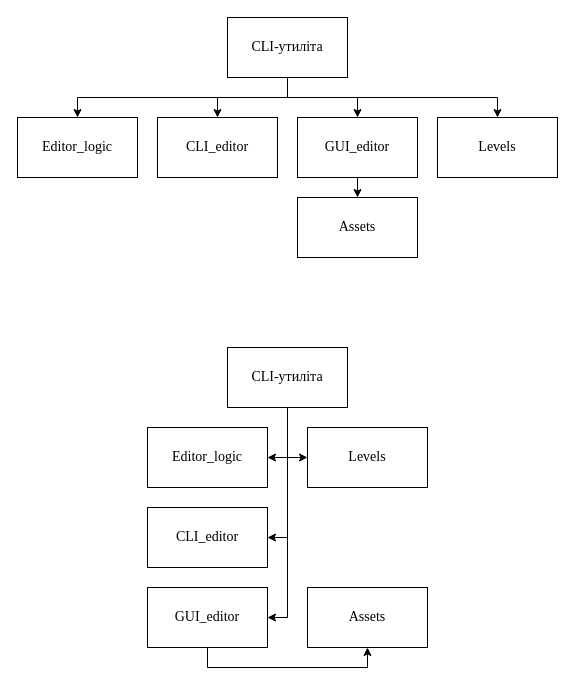
Vnako/dyplom keeps this draw.io diagram as page "Сторінка-1" (1 of 3) of pz/структрна схема.drawio. Above is the earlier version. Source tidied: cells renumbered, new cells numbered last; positions are measured from the earlier drawing's top-left corner, leaving out a move shared by most shapes. Both pictures are drawn from the tidied source at 100%, with x=0, y=0 at pixel (17, 17).
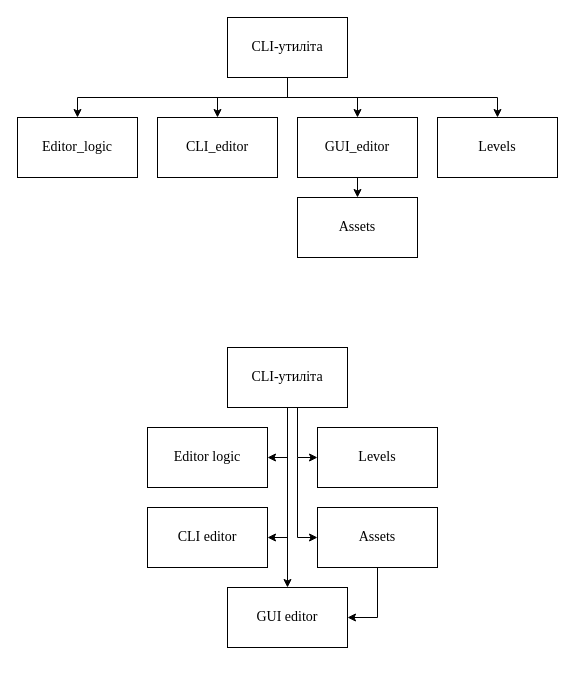
After the change.

Unchanged cells that the change refers to:
```xml
<mxCell id="18" value="CLI-утиліта" style="rounded=0;whiteSpace=wrap;html=1;fontFamily=Times New Roman;fontSize=14;" parent="1" vertex="1">
  <mxGeometry x="210" y="330" width="120" height="60" as="geometry" />
</mxCell>
```

Diff of the diagram source:
```diff
@@
-    <mxCell id="14" style="edgeStyle=orthogonalEdgeStyle;rounded=0;jettySize=auto;html=1;entryX=1;entryY=0.5;entryDx=0;entryDy=0;" parent="1" edge="1" source="18" target="22">
+    <mxCell id="14" style="edgeStyle=orthogonalEdgeStyle;rounded=0;jettySize=auto;html=1;entryX=0.5;entryY=0;entryDx=0;entryDy=0;" parent="1" edge="1" source="18" target="22">
       <mxGeometry relative="1" as="geometry">
         <Array as="points">
-          <mxPoint x="270" y="600" />
+          <mxPoint x="270" y="570" />
         </Array>
       </mxGeometry>
     </mxCell>
-    <mxCell id="15" style="edgeStyle=orthogonalEdgeStyle;rounded=0;jettySize=auto;html=1;exitX=0.5;exitY=1;exitDx=0;exitDy=0;entryX=0.5;entryY=1;entryDx=0;entryDy=0;" parent="1" edge="1" source="22" target="21">
-      <mxGeometry relative="1" as="geometry">
-        <Array as="points">
-          <mxPoint x="190" y="650" />
-          <mxPoint x="350" y="650" />
-        </Array>
-      </mxGeometry>
-    </mxCell>
@@
     <mxCell id="17" style="edgeStyle=orthogonalEdgeStyle;rounded=0;jettySize=auto;html=1;entryX=0;entryY=0.5;entryDx=0;entryDy=0;" parent="1" edge="1" source="18" target="23">
       <mxGeometry relative="1" as="geometry">
         <Array as="points">
-          <mxPoint x="270" y="440" />
+          <mxPoint x="280" y="440" />
         </Array>
       </mxGeometry>
     </mxCell>
@@
-    <mxCell id="19" value="Editor_logic" style="rounded=0;whiteSpace=wrap;html=1;fontFamily=Times New Roman;fontSize=14;" parent="1" vertex="1">
+    <mxCell id="19" value="Editor logic" style="rounded=0;whiteSpace=wrap;html=1;fontFamily=Times New Roman;fontSize=14;" parent="1" vertex="1">
       <mxGeometry x="130" y="410" width="120" height="60" as="geometry" />
     </mxCell>
-    <mxCell id="20" value="CLI_editor" style="rounded=0;whiteSpace=wrap;html=1;fontFamily=Times New Roman;fontSize=14;" parent="1" vertex="1">
+    <mxCell id="20" value="CLI editor" style="rounded=0;whiteSpace=wrap;html=1;fontFamily=Times New Roman;fontSize=14;" parent="1" vertex="1">
       <mxGeometry x="130" y="490" width="120" height="60" as="geometry" />
     </mxCell>
     <mxCell id="21" value="Assets" style="rounded=0;whiteSpace=wrap;html=1;fontFamily=Times New Roman;fontSize=14;" parent="1" vertex="1">
-      <mxGeometry x="290" y="570" width="120" height="60" as="geometry" />
+      <mxGeometry x="300" y="490" width="120" height="60" as="geometry" />
     </mxCell>
-    <mxCell id="22" value="GUI_editor" style="rounded=0;whiteSpace=wrap;html=1;fontFamily=Times New Roman;fontSize=14;" parent="1" vertex="1">
-      <mxGeometry x="130" y="570" width="120" height="60" as="geometry" />
+    <mxCell id="22" value="GUI editor" style="rounded=0;whiteSpace=wrap;html=1;fontFamily=Times New Roman;fontSize=14;" parent="1" vertex="1">
+      <mxGeometry x="210" y="570" width="120" height="60" as="geometry" />
     </mxCell>
     <mxCell id="23" value="Levels" style="rounded=0;whiteSpace=wrap;html=1;fontFamily=Times New Roman;fontSize=14;" parent="1" vertex="1">
-      <mxGeometry x="290" y="410" width="120" height="60" as="geometry" />
+      <mxGeometry x="300" y="410" width="120" height="60" as="geometry" />
     </mxCell>
+    <mxCell id="24" style="edgeStyle=orthogonalEdgeStyle;rounded=0;jettySize=auto;html=1;exitX=0.5;exitY=1;exitDx=0;exitDy=0;entryX=1;entryY=0.5;entryDx=0;entryDy=0;" parent="1" edge="1" source="21" target="22">
+      <mxGeometry relative="1" as="geometry">
+        <Array as="points">
+          <mxPoint x="360" y="600" />
+        </Array>
+      </mxGeometry>
+    </mxCell>
+    <mxCell id="25" style="edgeStyle=orthogonalEdgeStyle;rounded=0;orthogonalLoop=1;jettySize=auto;html=1;" parent="1" edge="1">
+      <mxGeometry relative="1" as="geometry">
+        <mxPoint x="280" y="440" as="sourcePoint" />
+        <mxPoint x="300" y="520" as="targetPoint" />
+        <Array as="points">
+          <mxPoint x="280" y="520" />
+          <mxPoint x="300" y="520" />
+        </Array>
+      </mxGeometry>
+    </mxCell>
```
